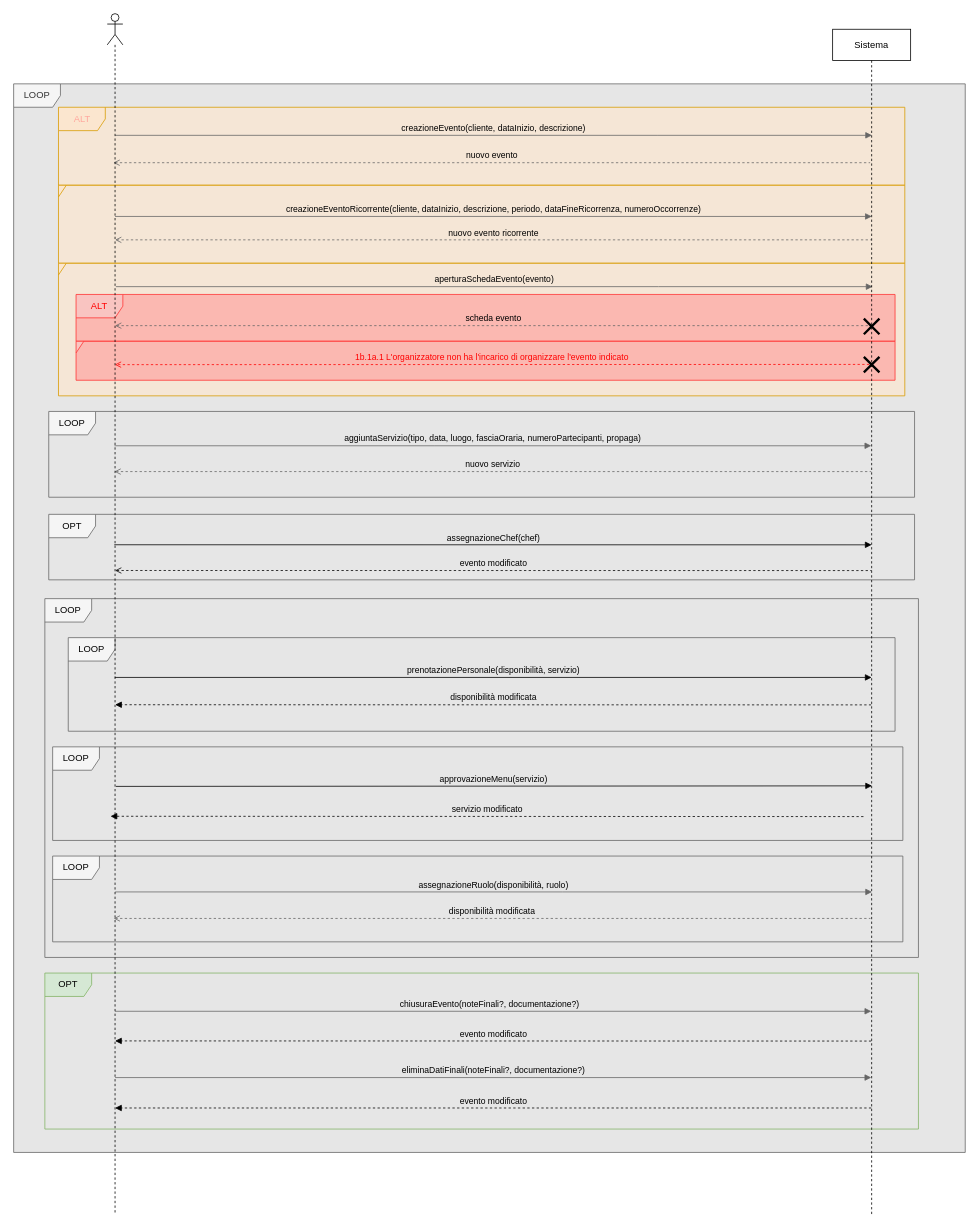
The draw.io diagram Requisiti/SSD/SSD_estensioni_eccezioni_passo_1.drawio in Giacca01/CateRingProject, before the edit. Source tidied: cells renumbered, new cells numbered last; positions are measured from the earlier drawing's top-left corner, leaving out a move shared by most shapes. Both pictures are drawn from the tidied source at 78%, with x=0, y=0 at pixel (13, 13).
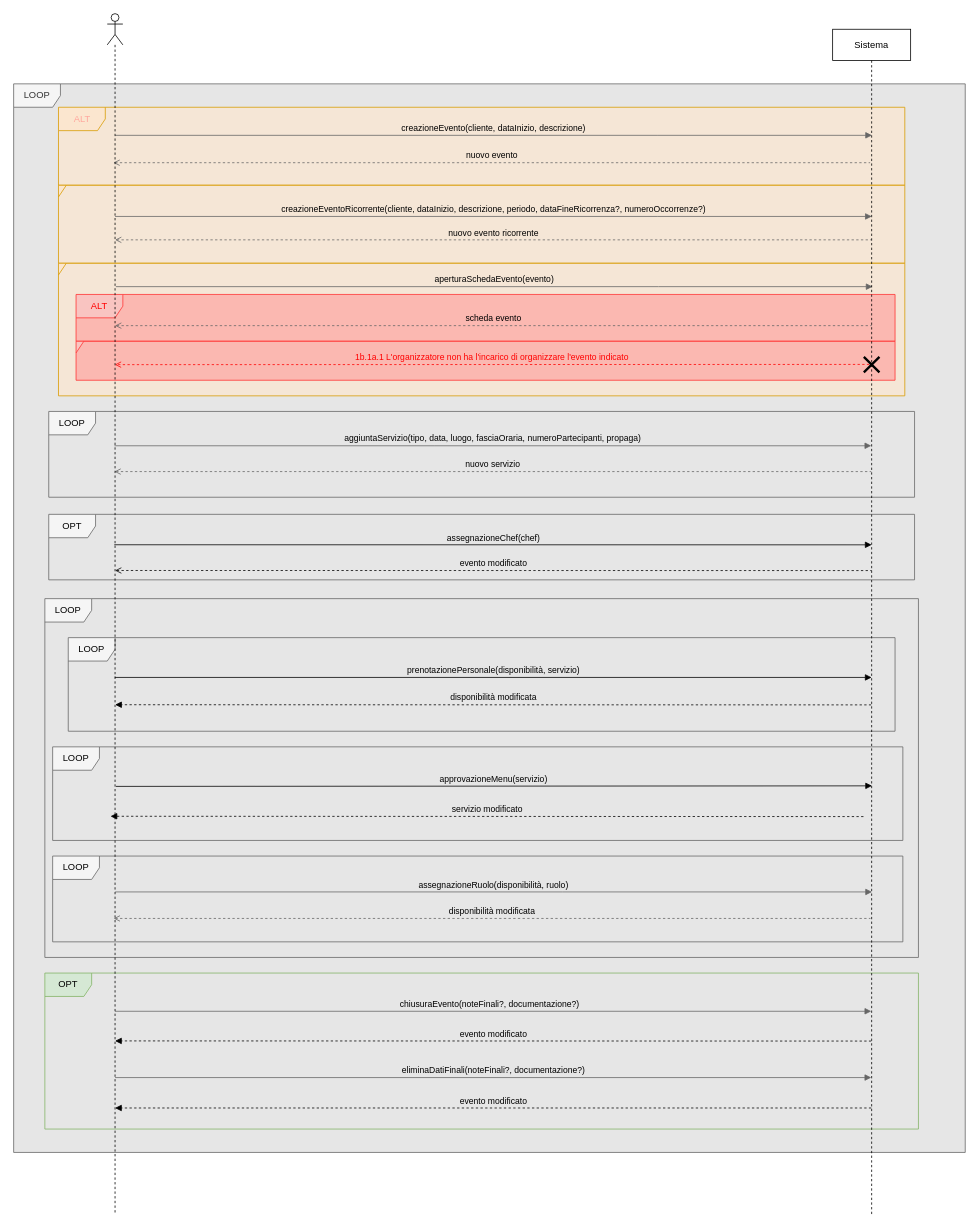
Above is the later version.

What changed in the source:
```diff
@@
-    <mxCell id="30" value="creazioneEventoRicorrente(cliente, dataInizio, descrizione, periodo, dataFineRicorrenza, numeroOccorrenze)" style="html=1;verticalAlign=bottom;endArrow=block;edgeStyle=elbowEdgeStyle;elbow=vertical;curved=0;rounded=0;strokeColor=#666666;labelBackgroundColor=none;" parent="1" edge="1">
+    <mxCell id="30" value="creazioneEventoRicorrente(cliente, dataInizio, descrizione, periodo, dataFineRicorrenza?, numeroOccorrenze?)" style="html=1;verticalAlign=bottom;endArrow=block;edgeStyle=elbowEdgeStyle;elbow=vertical;curved=0;rounded=0;strokeColor=#666666;labelBackgroundColor=none;" parent="1" edge="1">
       <mxGeometry relative="1" as="geometry">
         <mxPoint x="130" y="260" as="sourcePoint" />
         <mxPoint x="1100.2" y="260" as="targetPoint" />
         <Array as="points">
           <mxPoint x="825.8" y="260" />
           <mxPoint x="115.8" y="227" />
         </Array>
       </mxGeometry>
     </mxCell>
@@
-    <mxCell id="40" style="shape=umlDestroy;whiteSpace=wrap;html=1;strokeWidth=3;targetShapes=umlLifeline;" parent="1" vertex="1">
-      <mxGeometry x="1090" y="391" width="20" height="20" as="geometry" />
-    </mxCell>
```
